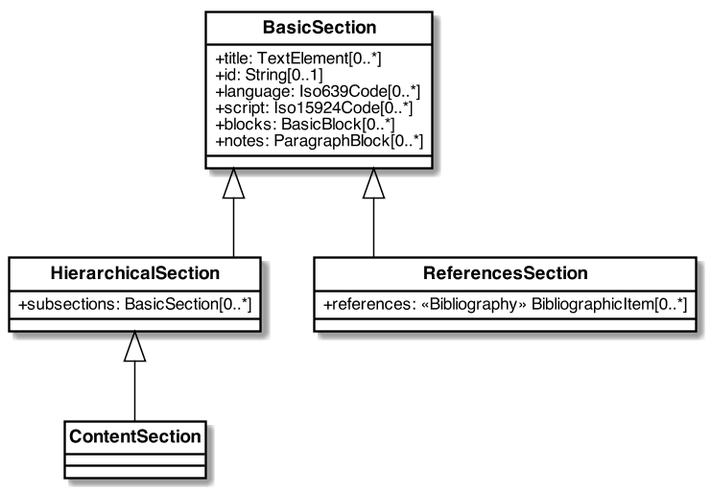
metanorma/basicdoc-models keeps this PlantUML diagram as images/Sections.png. Above is the earlier version.
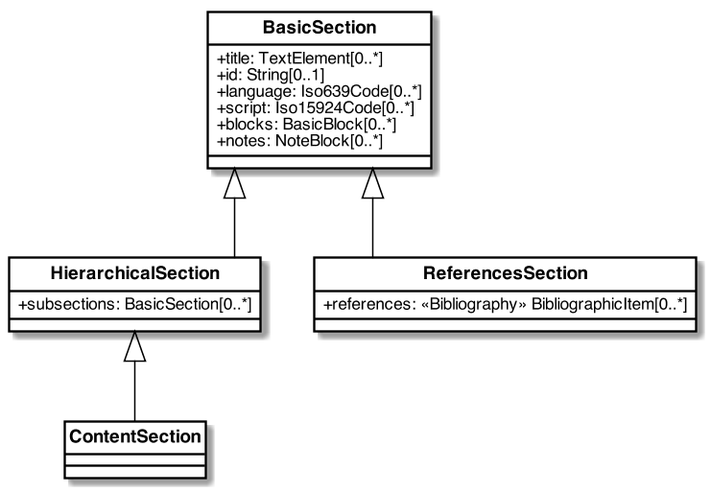
The same file after the commit.

Commit message:
notes modelling

What changed in the source:
```diff
@@ -46,7 +46,7 @@
     +language: Iso639Code[0..*]
     +script: Iso15924Code[0..*]
     +blocks: BasicBlock[0..*]
-    +notes: ParagraphBlock[0..*]
+    +notes: NoteBlock[0..*]
 }
 
 class HierarchicalSection{
```
